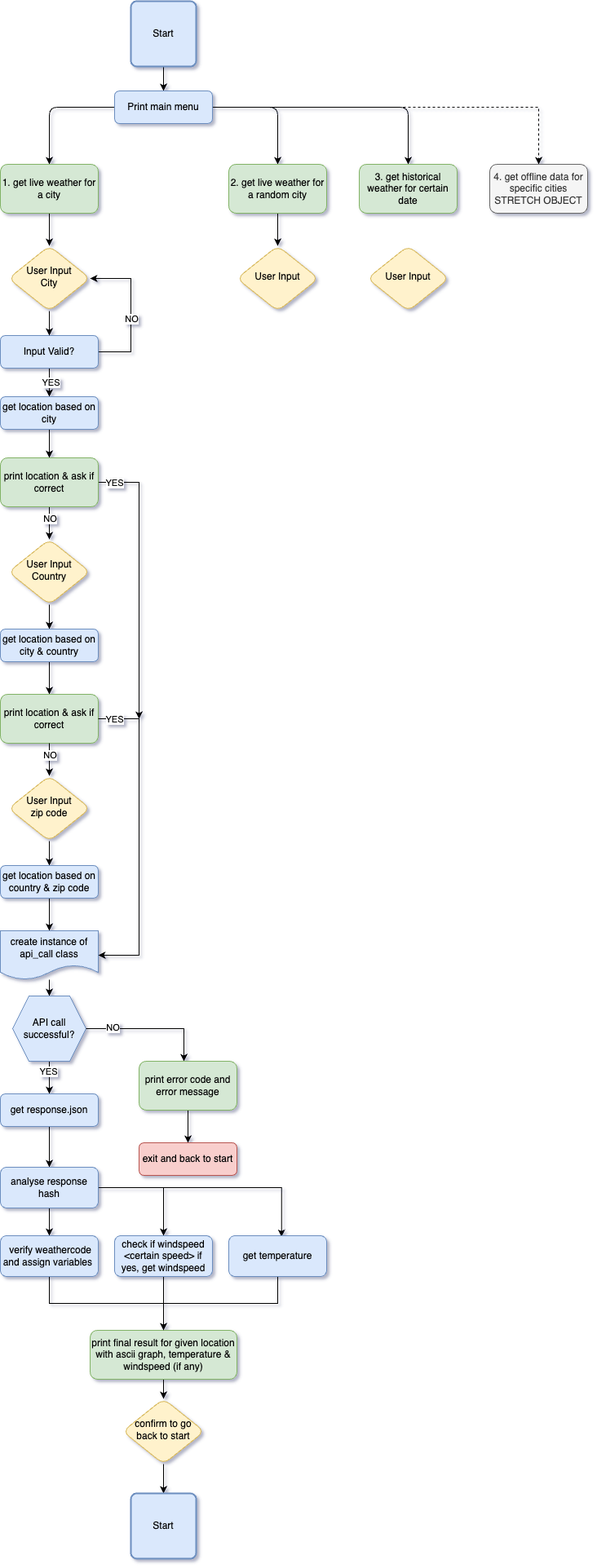
Before: docs/flowchart/sunshine_flowchart.drawio.png, a diagram exported from draw.io (rpf13/sunshine). Source tidied: cells renumbered, new cells last; positions are measured from the earlier drawing's top-left corner, leaving out a move shared by most shapes.
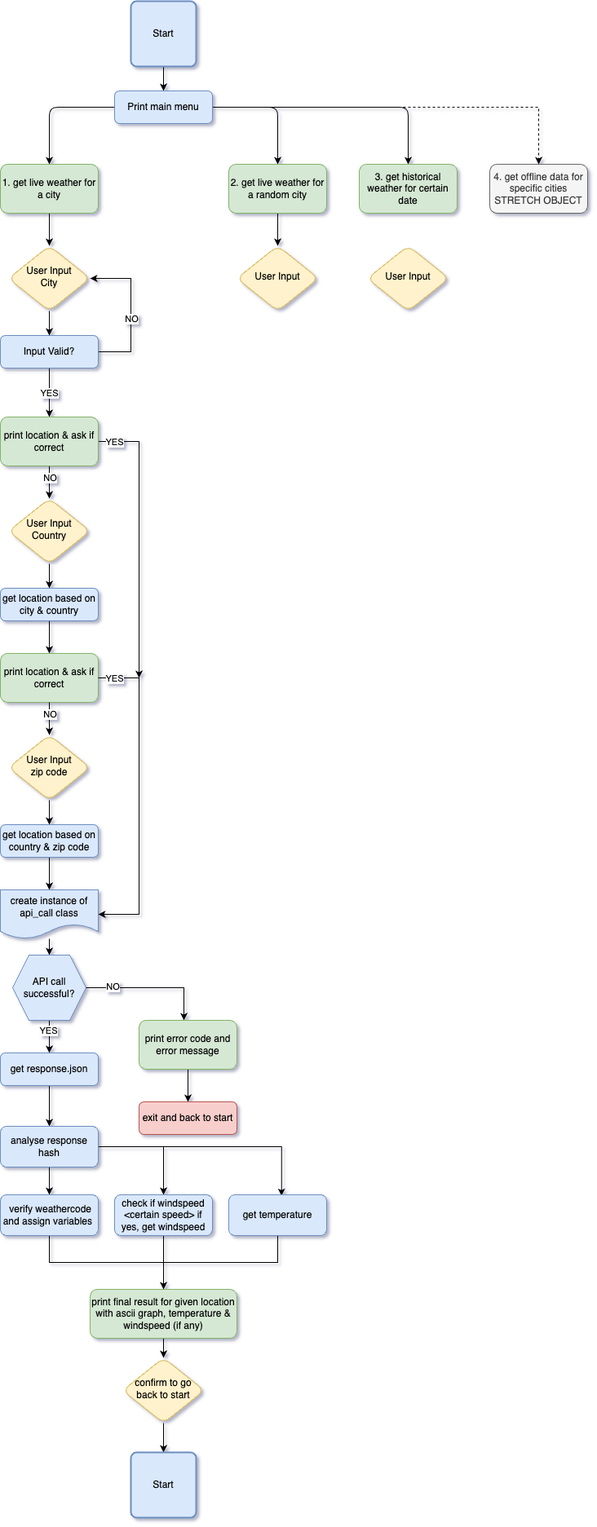
The same file after the commit.

Commit message:
docs: Update flowchart diagram

The edit, as a diff of the source:
```diff
@@ -6,7 +6,7 @@
       <mxGeometry relative="1" as="geometry" />
     </mxCell>
     <mxCell id="3" value="Start" style="rounded=1;whiteSpace=wrap;html=1;absoluteArcSize=1;arcSize=14;strokeWidth=2;fillColor=#dae8fc;strokeColor=#6c8ebf;" parent="1" vertex="1">
-      <mxGeometry x="160" width="80" height="80" as="geometry" />
+      <mxGeometry x="160" y="50" width="80" height="80" as="geometry" />
     </mxCell>
     <mxCell id="4" style="edgeStyle=orthogonalEdgeStyle;rounded=1;jettySize=auto;html=1;entryX=0.5;entryY=0;entryDx=0;entryDy=0;" parent="1" edge="1" source="8" target="10">
       <mxGeometry relative="1" as="geometry" />
@@ -21,40 +21,42 @@
       <mxGeometry relative="1" as="geometry" />
     </mxCell>
     <mxCell id="8" value="Print main menu" style="rounded=1;whiteSpace=wrap;html=1;fontSize=12;glass=0;strokeWidth=1;shadow=0;fillColor=#dae8fc;strokeColor=#6c8ebf;" parent="1" vertex="1">
-      <mxGeometry x="140" y="110" width="120" height="40" as="geometry" />
+      <mxGeometry x="140" y="160" width="120" height="40" as="geometry" />
     </mxCell>
     <mxCell id="9" style="edgeStyle=orthogonalEdgeStyle;rounded=0;jettySize=auto;html=1;" parent="1" edge="1" source="10" target="22">
       <mxGeometry relative="1" as="geometry" />
     </mxCell>
     <mxCell id="10" value="1. get live weather for a city" style="rounded=1;whiteSpace=wrap;html=1;fillColor=#d5e8d4;strokeColor=#82b366;" parent="1" vertex="1">
-      <mxGeometry y="200" width="120" height="60" as="geometry" />
+      <mxGeometry y="250" width="120" height="60" as="geometry" />
     </mxCell>
     <mxCell id="11" style="edgeStyle=orthogonalEdgeStyle;rounded=0;jettySize=auto;html=1;" parent="1" edge="1" source="12" target="15">
       <mxGeometry relative="1" as="geometry" />
     </mxCell>
     <mxCell id="12" value="2. get live weather for a random city" style="rounded=1;whiteSpace=wrap;html=1;fillColor=#d5e8d4;strokeColor=#82b366;" parent="1" vertex="1">
-      <mxGeometry x="280" y="200" width="120" height="60" as="geometry" />
+      <mxGeometry x="280" y="250" width="120" height="60" as="geometry" />
     </mxCell>
     <mxCell id="13" value="3. get historical weather for certain date" style="rounded=1;whiteSpace=wrap;html=1;fillColor=#d5e8d4;strokeColor=#82b366;" parent="1" vertex="1">
-      <mxGeometry x="440" y="200" width="120" height="60" as="geometry" />
+      <mxGeometry x="440" y="250" width="120" height="60" as="geometry" />
     </mxCell>
     <mxCell id="14" value="4. get offline data for specific cities&lt;br&gt;STRETCH OBJECT" style="rounded=1;whiteSpace=wrap;html=1;fillColor=#f5f5f5;strokeColor=#666666;fontColor=#333333;" parent="1" vertex="1">
-      <mxGeometry x="600" y="200" width="120" height="60" as="geometry" />
+      <mxGeometry x="600" y="250" width="120" height="60" as="geometry" />
     </mxCell>
     <mxCell id="15" value="User Input" style="rhombus;whiteSpace=wrap;html=1;shadow=0;fontFamily=Helvetica;fontSize=12;align=center;strokeWidth=1;spacing=6;spacingTop=-4;rounded=1;fillColor=#fff2cc;strokeColor=#d6b656;" parent="1" vertex="1">
-      <mxGeometry x="290" y="300" width="100" height="80" as="geometry" />
+      <mxGeometry x="290" y="350" width="100" height="80" as="geometry" />
     </mxCell>
-    <mxCell id="16" style="edgeStyle=orthogonalEdgeStyle;rounded=0;jettySize=auto;html=1;" parent="1" edge="1" source="20" target="25">
+    <mxCell id="16" style="edgeStyle=orthogonalEdgeStyle;rounded=0;jettySize=auto;html=1;entryX=0.5;entryY=0;entryDx=0;entryDy=0;" parent="1" edge="1" source="20" target="30">
       <mxGeometry relative="1" as="geometry" />
     </mxCell>
     <mxCell id="17" value="YES" style="edgeLabel;html=1;align=center;verticalAlign=middle;" parent="16" vertex="1">
-      <mxGeometry x="0.24" y="2" relative="1" as="geometry" />
+      <mxGeometry x="0.24" y="2" relative="1" as="geometry">
+        <mxPoint x="-2" y="-7" as="offset" />
+      </mxGeometry>
     </mxCell>
     <mxCell id="18" style="edgeStyle=orthogonalEdgeStyle;rounded=0;jettySize=auto;html=1;entryX=1;entryY=0.5;entryDx=0;entryDy=0;" parent="1" edge="1" source="20" target="22">
       <mxGeometry relative="1" as="geometry">
         <Array as="points">
-          <mxPoint x="160" y="430" />
-          <mxPoint x="160" y="340" />
+          <mxPoint x="160" y="480" />
+          <mxPoint x="160" y="390" />
         </Array>
       </mxGeometry>
     </mxCell>
@@ -62,23 +64,17 @@
       <mxGeometry x="-0.11" y="-1" relative="1" as="geometry" />
     </mxCell>
     <mxCell id="20" value="Input Valid?" style="rounded=1;whiteSpace=wrap;html=1;fontSize=12;glass=0;strokeWidth=1;shadow=0;fillColor=#dae8fc;strokeColor=#6c8ebf;" parent="1" vertex="1">
-      <mxGeometry y="410" width="120" height="40" as="geometry" />
+      <mxGeometry y="460" width="120" height="40" as="geometry" />
     </mxCell>
     <mxCell id="21" style="edgeStyle=orthogonalEdgeStyle;rounded=0;jettySize=auto;html=1;" parent="1" edge="1" source="22" target="20">
       <mxGeometry relative="1" as="geometry" />
     </mxCell>
     <mxCell id="22" value="User Input&lt;br&gt;City" style="rhombus;whiteSpace=wrap;html=1;shadow=0;fontFamily=Helvetica;fontSize=12;align=center;strokeWidth=1;spacing=6;spacingTop=-4;rounded=1;fillColor=#fff2cc;strokeColor=#d6b656;" parent="1" vertex="1">
-      <mxGeometry x="10" y="300" width="100" height="80" as="geometry" />
+      <mxGeometry x="10" y="350" width="100" height="80" as="geometry" />
     </mxCell>
     <mxCell id="23" value="User Input" style="rhombus;whiteSpace=wrap;html=1;shadow=0;fontFamily=Helvetica;fontSize=12;align=center;strokeWidth=1;spacing=6;spacingTop=-4;rounded=1;fillColor=#fff2cc;strokeColor=#d6b656;" parent="1" vertex="1">
-      <mxGeometry x="450" y="300" width="100" height="80" as="geometry" />
+      <mxGeometry x="450" y="350" width="100" height="80" as="geometry" />
     </mxCell>
-    <mxCell id="24" style="edgeStyle=orthogonalEdgeStyle;rounded=0;jettySize=auto;html=1;entryX=0.5;entryY=0;entryDx=0;entryDy=0;" parent="1" edge="1" source="25" target="30">
-      <mxGeometry relative="1" as="geometry" />
-    </mxCell>
-    <mxCell id="25" value="get location based on city" style="rounded=1;whiteSpace=wrap;html=1;fontSize=12;glass=0;strokeWidth=1;shadow=0;fillColor=#dae8fc;strokeColor=#6c8ebf;" parent="1" vertex="1">
-      <mxGeometry y="485" width="120" height="40" as="geometry" />
-    </mxCell>
     <mxCell id="26" style="edgeStyle=orthogonalEdgeStyle;rounded=0;jettySize=auto;html=1;" parent="1" edge="1" source="30" target="32">
       <mxGeometry relative="1" as="geometry" />
     </mxCell>
```
